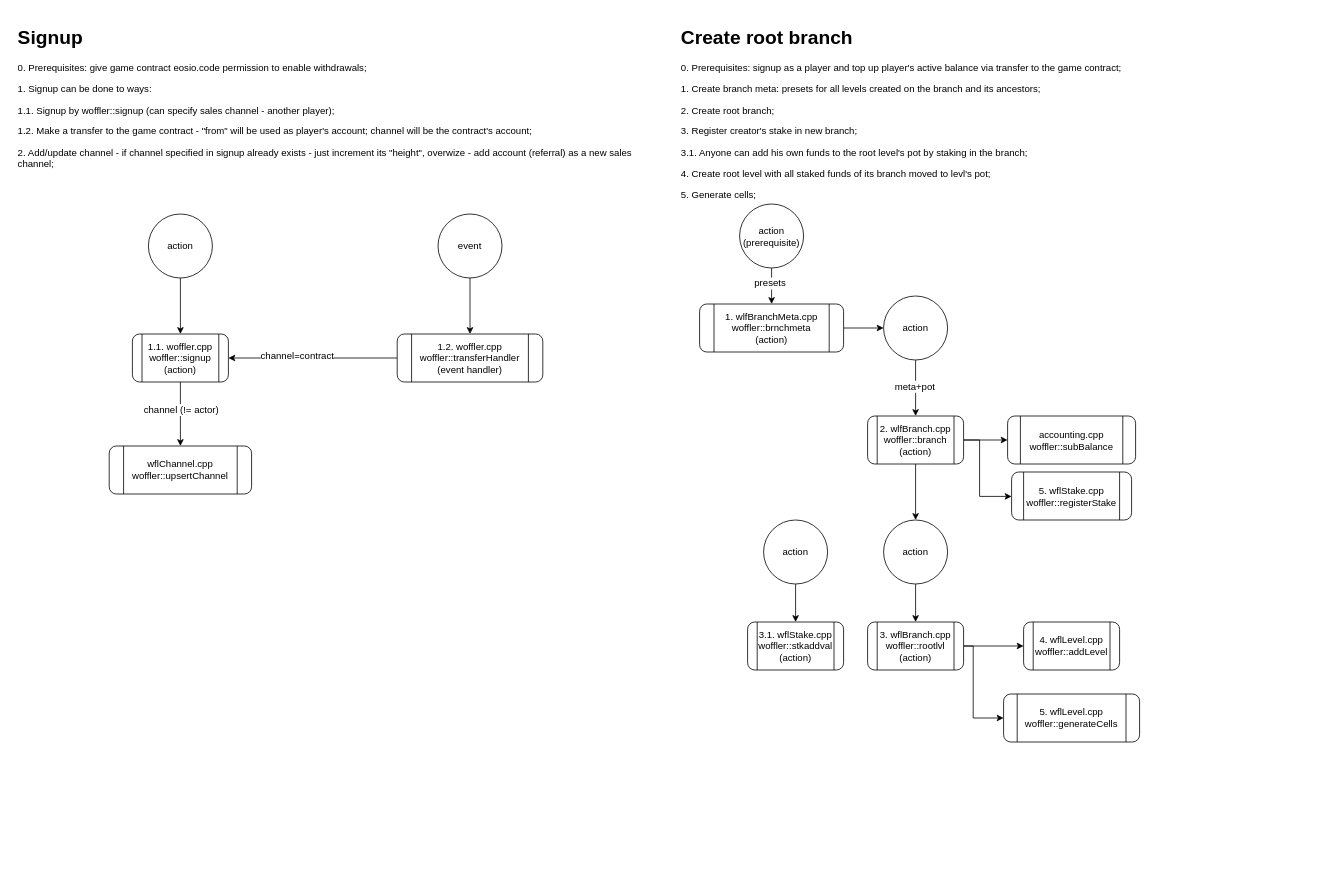
Before: page "workflows" (14 of 14) of ia/WOFFLER IA.drawio in cptn-solo/woffler_contract, a draw.io diagram. Source tidied: cells renumbered, new cells numbered last; positions are measured from the earlier drawing's top-left corner, leaving out a move shared by most shapes. Both pictures are drawn from the tidied source at 80%, with x=0, y=0 at pixel (14, 22).
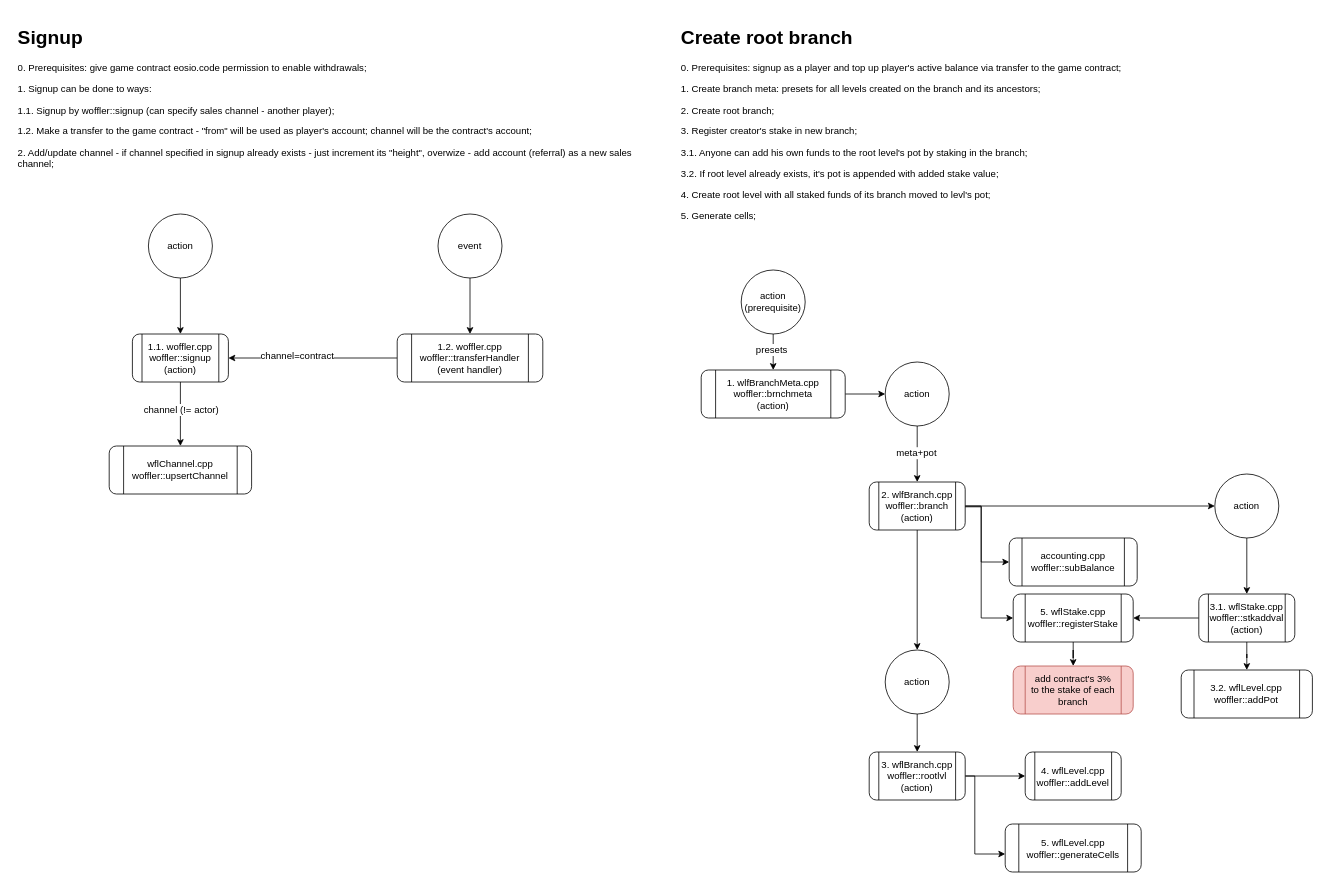
The same page after the edit.

Change to the diagram source:
```diff
@@
-    <mxCell id="2" value="&lt;h1&gt;Create root branch&lt;/h1&gt;&lt;p&gt;0. Prerequisites: signup as a player and top up player's active balance via transfer to the game contract;&lt;/p&gt;&lt;p&gt;1. Create branch meta: presets for all levels created on the branch and its ancestors;&lt;/p&gt;&lt;p&gt;2. Create root branch;&lt;/p&gt;&lt;p&gt;3. Register creator's stake in new branch;&lt;br&gt;&lt;/p&gt;&lt;p&gt;3.1. Anyone can add his own funds to the root level's pot by staking in the branch;&lt;/p&gt;&lt;p&gt;4. Create root level with all staked funds of its branch moved to levl's pot;&lt;/p&gt;&lt;p&gt;5. Generate cells;&lt;/p&gt;&lt;p&gt;&lt;br&gt;&lt;/p&gt;" style="text;html=1;strokeColor=none;fillColor=none;spacing=5;spacingTop=-20;whiteSpace=wrap;overflow=hidden;rounded=0;" parent="1" vertex="1">
-      <mxGeometry x="829" width="810" height="230" as="geometry" />
+    <mxCell id="2" value="&lt;h1&gt;Create root branch&lt;/h1&gt;&lt;p&gt;0. Prerequisites: signup as a player and top up player's active balance via transfer to the game contract;&lt;/p&gt;&lt;p&gt;1. Create branch meta: presets for all levels created on the branch and its ancestors;&lt;/p&gt;&lt;p&gt;2. Create root branch;&lt;/p&gt;&lt;p&gt;3. Register creator's stake in new branch;&lt;br&gt;&lt;/p&gt;&lt;p&gt;3.1. Anyone can add his own funds to the root level's pot by staking in the branch;&lt;/p&gt;&lt;p&gt;3.2. If root level already exists, it's pot is appended with added stake value;&lt;/p&gt;&lt;p&gt;4. Create root level with all staked funds of its branch moved to levl's pot;&lt;/p&gt;&lt;p&gt;5. Generate cells;&lt;/p&gt;&lt;p&gt;&lt;br&gt;&lt;/p&gt;" style="text;html=1;strokeColor=none;fillColor=none;spacing=5;spacingTop=-20;whiteSpace=wrap;overflow=hidden;rounded=0;" parent="1" vertex="1">
+      <mxGeometry x="829" width="810" height="270" as="geometry" />
     </mxCell>
@@
     <mxCell id="6" value="1. wlfBranchMeta.cpp&lt;br&gt;&lt;div&gt;&lt;span&gt;woffler::brnchmeta&lt;/span&gt;&lt;/div&gt;&lt;div&gt;(action)&lt;/div&gt;" style="shape=process;whiteSpace=wrap;html=1;backgroundOutline=1;rounded=1;" parent="1" vertex="1">
-      <mxGeometry x="857" y="352.5" width="180" height="60" as="geometry" />
+      <mxGeometry x="859" y="435" width="180" height="60" as="geometry" />
     </mxCell>
     <mxCell id="7" style="edgeStyle=orthogonalEdgeStyle;rounded=0;jettySize=auto;html=1;" parent="1" edge="1" source="9" target="11">
-      <mxGeometry relative="1" as="geometry" />
+      <mxGeometry relative="1" as="geometry">
+        <Array as="points">
+          <mxPoint x="1209" y="605" />
+          <mxPoint x="1209" y="675" />
+        </Array>
+      </mxGeometry>
     </mxCell>
@@
+    <mxCell id="39" style="edgeStyle=orthogonalEdgeStyle;rounded=0;jettySize=auto;html=1;" parent="1" edge="1" source="18" target="44">
+      <mxGeometry relative="1" as="geometry" />
+    </mxCell>
     <mxCell id="9" value="2. wlfBranch.cpp&lt;br&gt;&lt;div&gt;&lt;span&gt;woffler::branch&lt;/span&gt;&lt;/div&gt;&lt;div&gt;(action)&lt;/div&gt;" style="shape=process;whiteSpace=wrap;html=1;backgroundOutline=1;rounded=1;" parent="1" vertex="1">
-      <mxGeometry x="1067" y="492.5" width="120" height="60" as="geometry" />
+      <mxGeometry x="1069" y="575" width="120" height="60" as="geometry" />
     </mxCell>
@@
     <mxCell id="11" value="accounting.cpp&lt;br&gt;&lt;div&gt;&lt;div&gt;&lt;span&gt;woffler::subBalance&lt;/span&gt;&lt;/div&gt;&lt;/div&gt;" style="shape=process;whiteSpace=wrap;html=1;backgroundOutline=1;rounded=1;" parent="1" vertex="1">
-      <mxGeometry x="1242" y="492.5" width="160" height="60" as="geometry" />
+      <mxGeometry x="1244" y="645" width="160" height="60" as="geometry" />
     </mxCell>
     <mxCell id="12" style="edgeStyle=orthogonalEdgeStyle;rounded=0;jettySize=auto;html=1;" parent="1" edge="1" source="9" target="18">
       <mxGeometry relative="1" as="geometry">
         <Array as="points">
-          <mxPoint x="1207" y="523" />
-          <mxPoint x="1207" y="593" />
+          <mxPoint x="1209" y="606" />
+          <mxPoint x="1209" y="745" />
         </Array>
       </mxGeometry>
     </mxCell>
     <mxCell id="13" style="edgeStyle=orthogonalEdgeStyle;rounded=0;jettySize=auto;html=1;" parent="1" edge="1" source="15" target="17">
       <mxGeometry relative="1" as="geometry">
         <Array as="points">
-          <mxPoint x="1199" y="780" />
-          <mxPoint x="1199" y="870" />
+          <mxPoint x="1201" y="942" />
+          <mxPoint x="1201" y="1040" />
         </Array>
       </mxGeometry>
     </mxCell>
     <mxCell id="14" style="edgeStyle=orthogonalEdgeStyle;rounded=0;jumpStyle=arc;jettySize=auto;html=1;" parent="1" edge="1" source="15" target="16">
       <mxGeometry relative="1" as="geometry">
         <Array as="points">
-          <mxPoint x="1219" y="780" />
-          <mxPoint x="1219" y="780" />
+          <mxPoint x="1169" y="943" />
+          <mxPoint x="1169" y="943" />
         </Array>
       </mxGeometry>
     </mxCell>
     <mxCell id="15" value="3. wflBranch.cpp&lt;br&gt;&lt;div&gt;&lt;div&gt;&lt;span&gt;woffler::&lt;/span&gt;&lt;span&gt;rootlvl&lt;/span&gt;&lt;/div&gt;&lt;/div&gt;&lt;div&gt;&lt;span&gt;(action)&lt;/span&gt;&lt;/div&gt;" style="shape=process;whiteSpace=wrap;html=1;backgroundOutline=1;rounded=1;" parent="1" vertex="1">
-      <mxGeometry x="1067" y="750" width="120" height="60" as="geometry" />
+      <mxGeometry x="1069" y="912.5" width="120" height="60" as="geometry" />
     </mxCell>
     <mxCell id="16" value="4. wflLevel.cpp&lt;br&gt;&lt;div&gt;&lt;div&gt;&lt;span&gt;woffler::addLevel&lt;/span&gt;&lt;/div&gt;&lt;/div&gt;" style="shape=process;whiteSpace=wrap;html=1;backgroundOutline=1;rounded=1;" parent="1" vertex="1">
-      <mxGeometry x="1262" y="750" width="120" height="60" as="geometry" />
+      <mxGeometry x="1264" y="912.5" width="120" height="60" as="geometry" />
     </mxCell>
     <mxCell id="17" value="5. wflLevel.cpp&lt;br&gt;&lt;div&gt;&lt;div&gt;&lt;span&gt;woffler::generateCells&lt;/span&gt;&lt;/div&gt;&lt;/div&gt;" style="shape=process;whiteSpace=wrap;html=1;backgroundOutline=1;rounded=1;" parent="1" vertex="1">
-      <mxGeometry x="1237" y="840" width="170" height="60" as="geometry" />
+      <mxGeometry x="1239" y="1002.5" width="170" height="60" as="geometry" />
     </mxCell>
     <mxCell id="18" value="5. wflStake.cpp&lt;br&gt;&lt;div&gt;&lt;div&gt;&lt;span&gt;woffler::registerStake&lt;/span&gt;&lt;/div&gt;&lt;/div&gt;" style="shape=process;whiteSpace=wrap;html=1;backgroundOutline=1;rounded=1;" parent="1" vertex="1">
-      <mxGeometry x="1247" y="562.5" width="150" height="60" as="geometry" />
+      <mxGeometry x="1249" y="715" width="150" height="60" as="geometry" />
     </mxCell>
@@
     <mxCell id="33" value="action&lt;br&gt;(prerequisite)&lt;br&gt;" style="ellipse;whiteSpace=wrap;html=1;rounded=1;" parent="1" vertex="1">
-      <mxGeometry x="907" y="227.5" width="80" height="80" as="geometry" />
+      <mxGeometry x="909" y="310" width="80" height="80" as="geometry" />
     </mxCell>
+    <mxCell id="40" style="edgeStyle=orthogonalEdgeStyle;rounded=0;jettySize=auto;html=1;" parent="1" edge="1" source="9" target="37">
+      <mxGeometry relative="1" as="geometry" />
+    </mxCell>
     <mxCell id="34" value="action&lt;br&gt;" style="ellipse;whiteSpace=wrap;html=1;rounded=1;" parent="1" vertex="1">
-      <mxGeometry x="1087" y="342.5" width="80" height="80" as="geometry" />
+      <mxGeometry x="1089" y="425" width="80" height="80" as="geometry" />
     </mxCell>
     <mxCell id="35" value="action&lt;br&gt;" style="ellipse;whiteSpace=wrap;html=1;rounded=1;" parent="1" vertex="1">
-      <mxGeometry x="1087" y="622.5" width="80" height="80" as="geometry" />
+      <mxGeometry x="1089" y="785" width="80" height="80" as="geometry" />
     </mxCell>
@@
     <mxCell id="37" value="action&lt;br&gt;" style="ellipse;whiteSpace=wrap;html=1;rounded=1;" parent="1" vertex="1">
-      <mxGeometry x="937" y="622.5" width="80" height="80" as="geometry" />
+      <mxGeometry x="1501" y="565" width="80" height="80" as="geometry" />
     </mxCell>
+    <mxCell id="41" style="edgeStyle=orthogonalEdgeStyle;rounded=0;jettySize=auto;html=1;" parent="1" edge="1" source="38" target="43">
+      <mxGeometry relative="1" as="geometry" />
+    </mxCell>
+    <mxCell id="42" style="edgeStyle=orthogonalEdgeStyle;rounded=0;jettySize=auto;html=1;" parent="1" edge="1" source="38" target="18">
+      <mxGeometry relative="1" as="geometry" />
+    </mxCell>
     <mxCell id="38" value="3.1. wflStake.cpp&lt;br&gt;&lt;div&gt;&lt;div&gt;&lt;span&gt;woffler::&lt;/span&gt;&lt;span&gt;stkaddval&lt;/span&gt;&lt;/div&gt;&lt;/div&gt;&lt;div&gt;&lt;span&gt;(action)&lt;/span&gt;&lt;/div&gt;" style="shape=process;whiteSpace=wrap;html=1;backgroundOutline=1;rounded=1;" parent="1" vertex="1">
-      <mxGeometry x="917" y="750" width="120" height="60" as="geometry" />
+      <mxGeometry x="1481" y="715" width="120" height="60" as="geometry" />
     </mxCell>
+    <mxCell id="43" value="3.2. wflLevel.cpp&lt;br&gt;&lt;div&gt;&lt;div&gt;&lt;span&gt;woffler::&lt;/span&gt;&lt;span&gt;addPot&lt;/span&gt;&lt;/div&gt;&lt;/div&gt;" style="shape=process;whiteSpace=wrap;html=1;backgroundOutline=1;rounded=1;" parent="1" vertex="1">
+      <mxGeometry x="1459" y="810" width="164" height="60" as="geometry" />
+    </mxCell>
+    <mxCell id="44" value="add contract's 3%&lt;br&gt;to the stake of each branch&lt;br&gt;" style="shape=process;whiteSpace=wrap;html=1;backgroundOutline=1;rounded=1;fillColor=#f8cecc;strokeColor=#b85450;" parent="1" vertex="1">
+      <mxGeometry x="1249" y="805" width="150" height="60" as="geometry" />
+    </mxCell>
```
